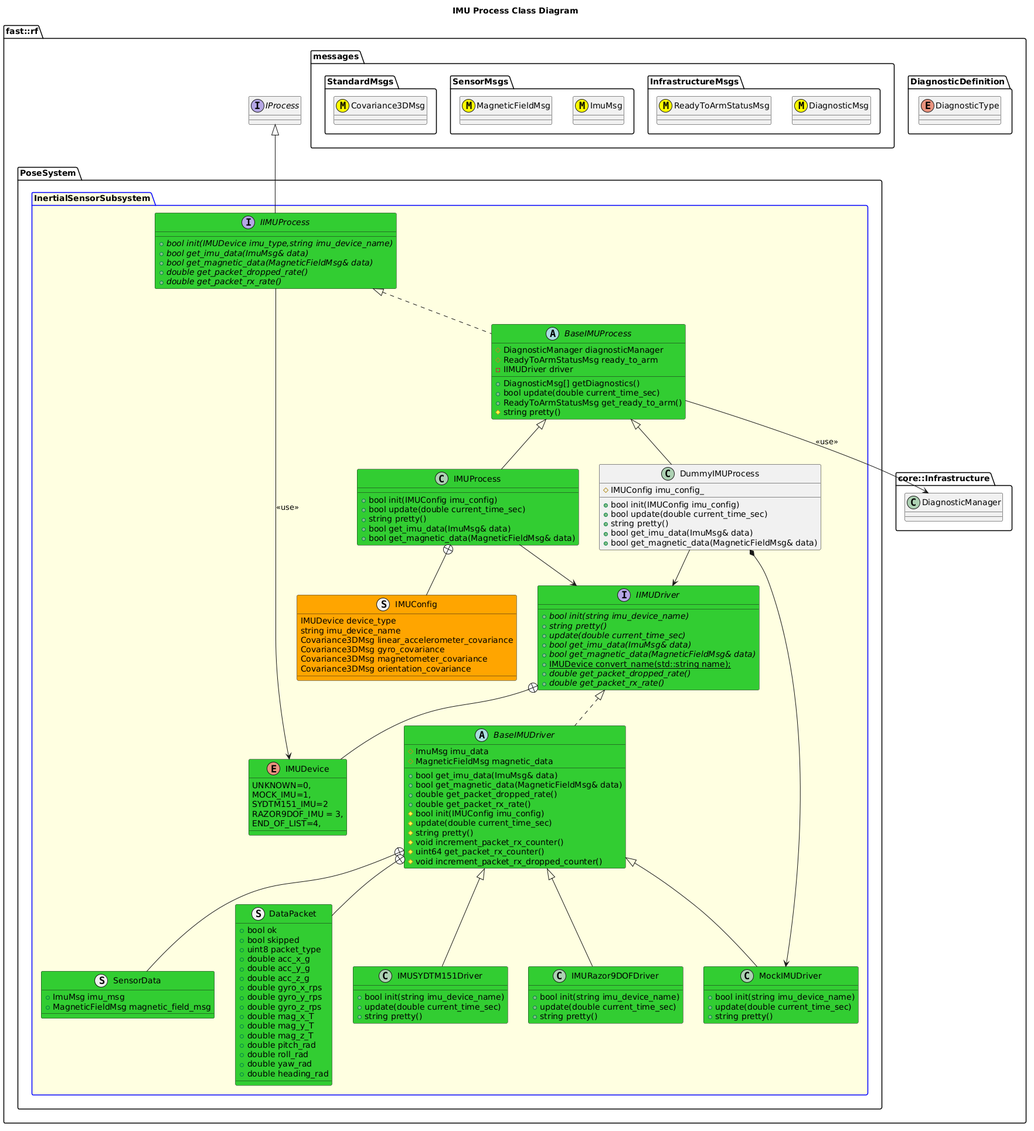
Before: Systems/Pose/Subsystems/InertialSensor/Processes/IMU/doc/puml/IMUProcessClassDiagram.png, a diagram exported from PlantUML (fastrobotics/robot_framework).
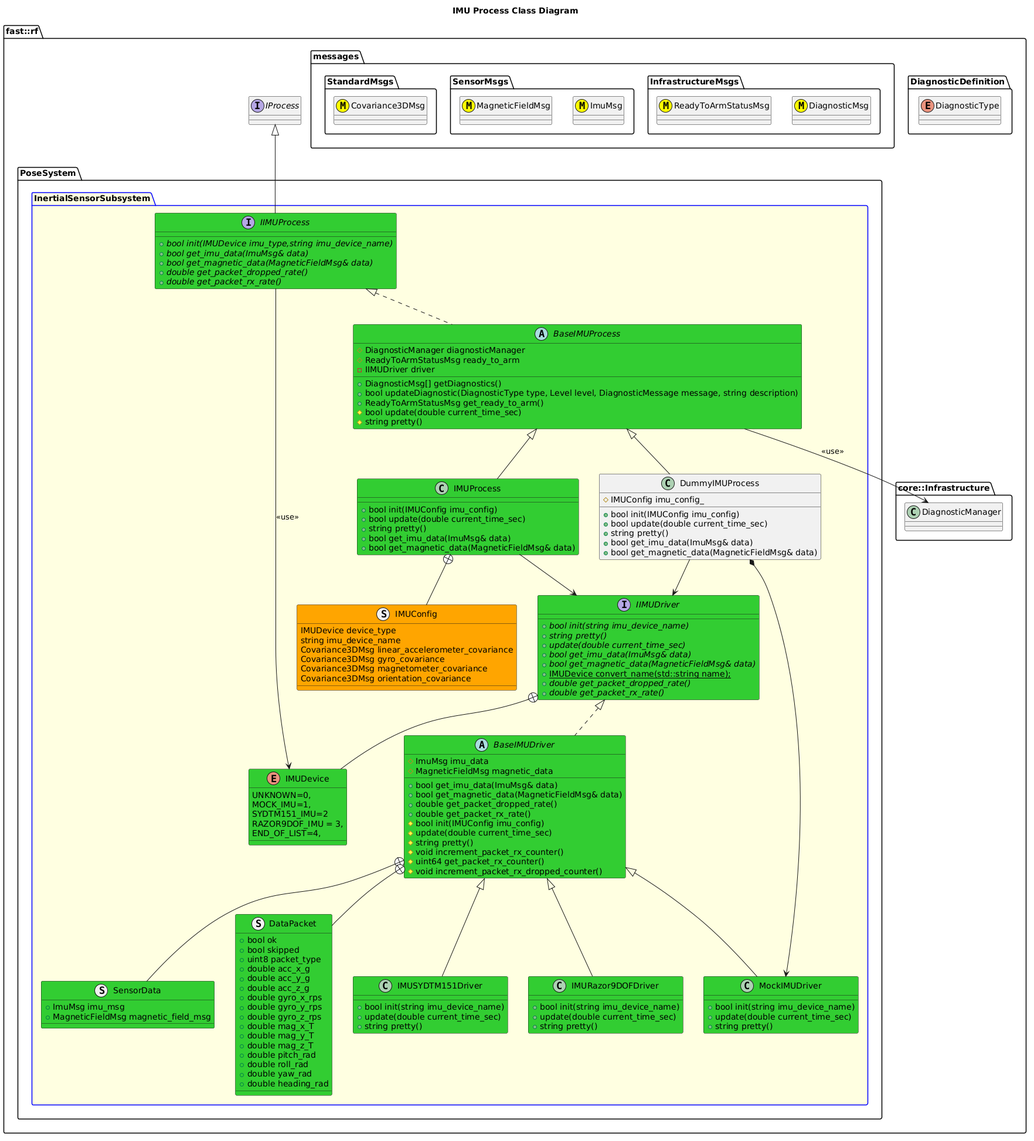
Later version of the same file.

Change to the diagram source:
```diff
@@ -36,8 +36,9 @@
 
         abstract BaseIMUProcess #LimeGreen {
           +DiagnosticMsg[] getDiagnostics()
-          +bool update(double current_time_sec)
+          +bool updateDiagnostic(DiagnosticType type, Level level, DiagnosticMessage message, string description)
           +ReadyToArmStatusMsg get_ready_to_arm()
+          #bool update(double current_time_sec)
           #string pretty()
           #DiagnosticManager diagnosticManager
           #ReadyToArmStatusMsg ready_to_arm
```
